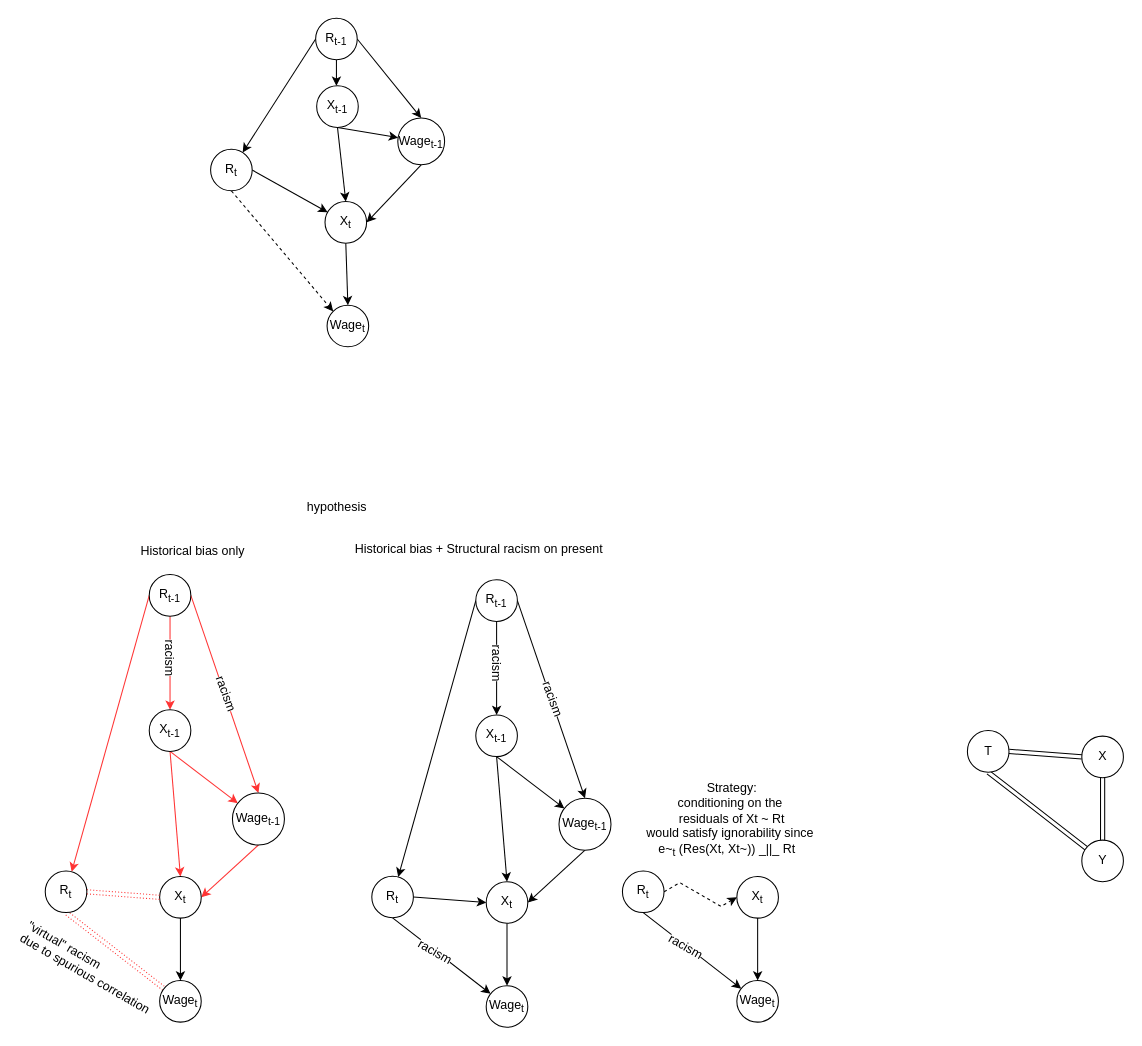
Earlier version of the draw.io diagram trabalho_final/extra_files/causual_graphs.drawio (AlanGanem/MO444). Source tidied: cells renumbered, new cells numbered last; positions are measured from the earlier drawing's top-left corner, leaving out a move shared by most shapes. Both pictures are drawn from the tidied source at 104%, with x=0, y=0 at pixel (14, 18).
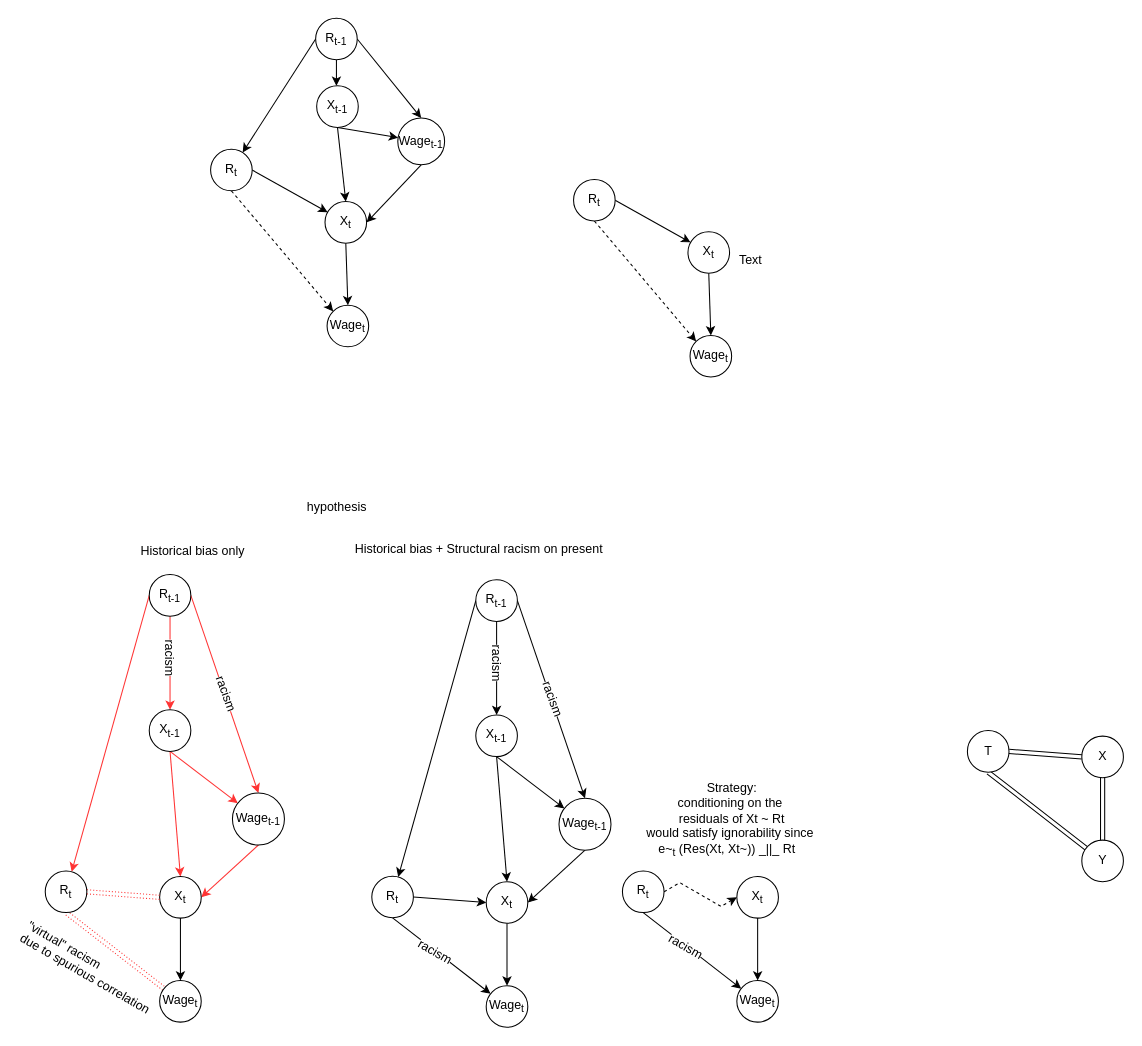
After the change.

What changed in the source:
```diff
@@
+    <mxCell id="71" style="edgeStyle=none;rounded=0;html=1;exitX=0.5;exitY=1;entryX=0.5;entryY=0;jettySize=auto;" parent="1" edge="1" source="72" target="76">
+      <mxGeometry relative="1" as="geometry" />
+    </mxCell>
+    <mxCell id="72" value="X&lt;sub&gt;t&lt;/sub&gt;" style="ellipse;whiteSpace=wrap;html=1;" parent="1" vertex="1">
+      <mxGeometry x="648" y="205.3" width="40" height="40" as="geometry" />
+    </mxCell>
+    <mxCell id="73" style="edgeStyle=none;rounded=0;html=1;exitX=1;exitY=0.5;jettySize=auto;" parent="1" edge="1" source="75" target="72">
+      <mxGeometry relative="1" as="geometry" />
+    </mxCell>
+    <mxCell id="74" style="edgeStyle=none;rounded=0;html=1;exitX=0.5;exitY=1;entryX=0;entryY=0;dashed=1;jettySize=auto;" parent="1" edge="1" source="75" target="76">
+      <mxGeometry relative="1" as="geometry" />
+    </mxCell>
+    <mxCell id="75" value="R&lt;sub&gt;t&lt;/sub&gt;" style="ellipse;whiteSpace=wrap;html=1;" parent="1" vertex="1">
+      <mxGeometry x="538" y="155" width="40" height="40" as="geometry" />
+    </mxCell>
+    <mxCell id="76" value="Wage&lt;sub&gt;t&lt;/sub&gt;" style="ellipse;whiteSpace=wrap;html=1;" parent="1" vertex="1">
+      <mxGeometry x="650" y="305" width="40" height="40" as="geometry" />
+    </mxCell>
+    <mxCell id="77" value="Text" style="text;html=1;align=center;verticalAlign=middle;strokeColor=none;fillColor=none;" parent="1" vertex="1">
+      <mxGeometry x="688" y="223" width="40" height="20" as="geometry" />
+    </mxCell>
```
